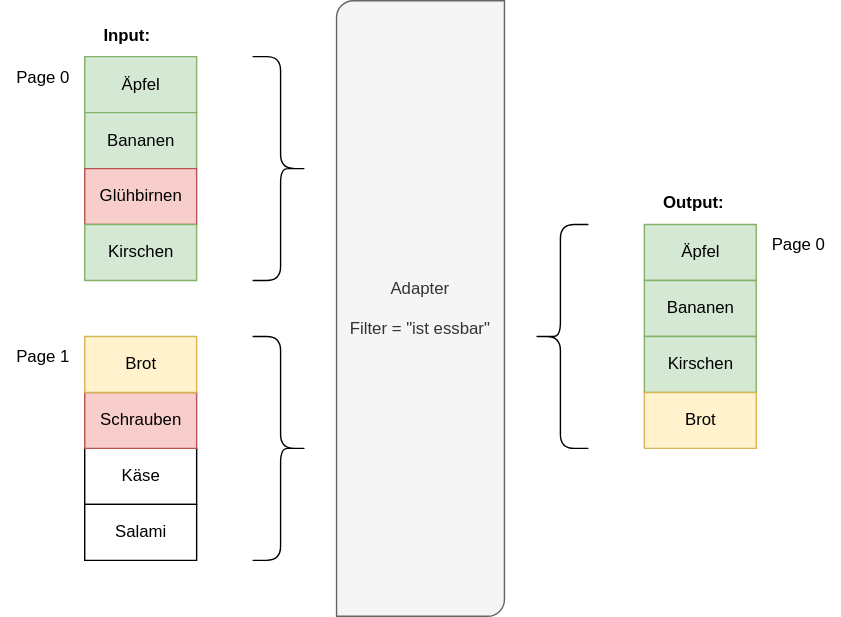
Above: images/PagingWithFilter.svg in cwahlmann/searchadapter (draw.io), before the change. Source tidied: cells renumbered, new cells last; positions are measured from the earlier drawing's top-left corner, leaving out a move shared by most shapes.
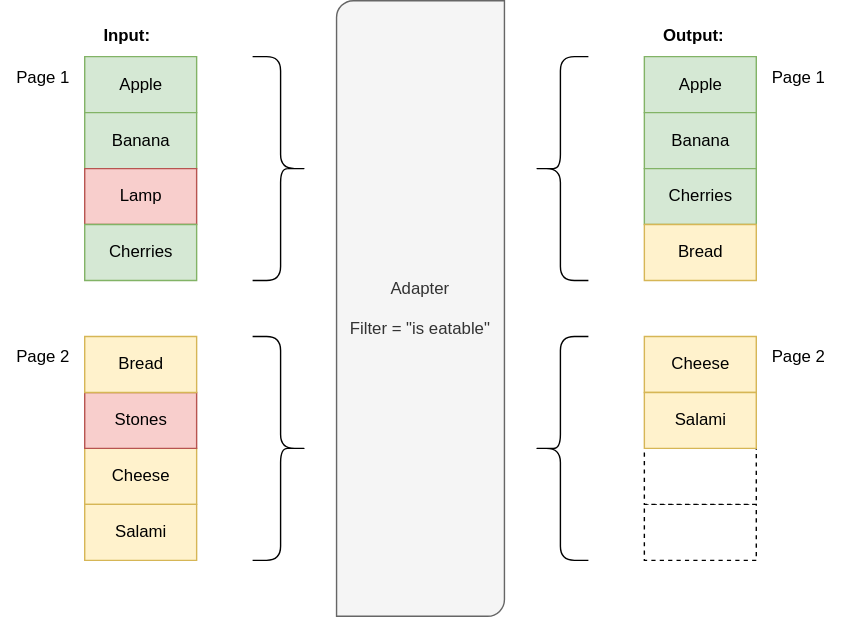
The same diagram one commit later.

Change to the diagram source:
```diff
@@ -2,52 +2,52 @@
   <root>
     <mxCell id="0" />
     <mxCell id="1" parent="0" />
-    <mxCell id="2" value="Äpfel" style="verticalLabelPosition=middle;verticalAlign=middle;html=1;shape=mxgraph.basic.rect;fillColor2=none;strokeWidth=1;size=20;indent=5;labelPosition=center;align=center;fillColor=#d5e8d4;strokeColor=#82b366;" parent="1" vertex="1">
+    <mxCell id="2" value="Apple" style="verticalLabelPosition=middle;verticalAlign=middle;html=1;shape=mxgraph.basic.rect;fillColor2=none;strokeWidth=1;size=20;indent=5;labelPosition=center;align=center;fillColor=#d5e8d4;strokeColor=#82b366;" parent="1" vertex="1">
       <mxGeometry x="60" y="40" width="80" height="40" as="geometry" />
     </mxCell>
-    <mxCell id="3" value="Bananen" style="verticalLabelPosition=middle;verticalAlign=middle;html=1;shape=mxgraph.basic.rect;fillColor2=none;strokeWidth=1;size=20;indent=5;labelPosition=center;align=center;fillColor=#d5e8d4;strokeColor=#82b366;" parent="1" vertex="1">
+    <mxCell id="3" value="Banana" style="verticalLabelPosition=middle;verticalAlign=middle;html=1;shape=mxgraph.basic.rect;fillColor2=none;strokeWidth=1;size=20;indent=5;labelPosition=center;align=center;fillColor=#d5e8d4;strokeColor=#82b366;" parent="1" vertex="1">
       <mxGeometry x="60" y="80" width="80" height="40" as="geometry" />
     </mxCell>
-    <mxCell id="4" value="Glühbirnen" style="verticalLabelPosition=middle;verticalAlign=middle;html=1;shape=mxgraph.basic.rect;fillColor2=none;strokeWidth=1;size=20;indent=5;labelPosition=center;align=center;fillColor=#f8cecc;strokeColor=#b85450;" parent="1" vertex="1">
+    <mxCell id="4" value="Lamp" style="verticalLabelPosition=middle;verticalAlign=middle;html=1;shape=mxgraph.basic.rect;fillColor2=none;strokeWidth=1;size=20;indent=5;labelPosition=center;align=center;fillColor=#f8cecc;strokeColor=#b85450;" parent="1" vertex="1">
       <mxGeometry x="60" y="120" width="80" height="40" as="geometry" />
     </mxCell>
-    <mxCell id="5" value="Kirschen" style="verticalLabelPosition=middle;verticalAlign=middle;html=1;shape=mxgraph.basic.rect;fillColor2=none;strokeWidth=1;size=20;indent=5;labelPosition=center;align=center;fillColor=#d5e8d4;strokeColor=#82b366;" parent="1" vertex="1">
+    <mxCell id="5" value="Cherries" style="verticalLabelPosition=middle;verticalAlign=middle;html=1;shape=mxgraph.basic.rect;fillColor2=none;strokeWidth=1;size=20;indent=5;labelPosition=center;align=center;fillColor=#d5e8d4;strokeColor=#82b366;" parent="1" vertex="1">
       <mxGeometry x="60" y="160" width="80" height="40" as="geometry" />
     </mxCell>
-    <mxCell id="6" value="Käse" style="verticalLabelPosition=middle;verticalAlign=middle;html=1;shape=mxgraph.basic.rect;fillColor2=none;strokeWidth=1;size=20;indent=5;labelPosition=center;align=center;" parent="1" vertex="1">
+    <mxCell id="6" value="Cheese" style="verticalLabelPosition=middle;verticalAlign=middle;html=1;shape=mxgraph.basic.rect;fillColor2=none;strokeWidth=1;size=20;indent=5;labelPosition=center;align=center;fillColor=#fff2cc;strokeColor=#d6b656;" parent="1" vertex="1">
       <mxGeometry x="60" y="320" width="80" height="40" as="geometry" />
     </mxCell>
-    <mxCell id="7" value="Äpfel" style="verticalLabelPosition=middle;verticalAlign=middle;html=1;shape=mxgraph.basic.rect;fillColor2=none;strokeWidth=1;size=20;indent=5;labelPosition=center;align=center;fillColor=#d5e8d4;strokeColor=#82b366;" parent="1" vertex="1">
-      <mxGeometry x="460" y="160" width="80" height="40" as="geometry" />
+    <mxCell id="7" value="Apple" style="verticalLabelPosition=middle;verticalAlign=middle;html=1;shape=mxgraph.basic.rect;fillColor2=none;strokeWidth=1;size=20;indent=5;labelPosition=center;align=center;fillColor=#d5e8d4;strokeColor=#82b366;" parent="1" vertex="1">
+      <mxGeometry x="460" y="40" width="80" height="40" as="geometry" />
     </mxCell>
-    <mxCell id="8" value="Bananen" style="verticalLabelPosition=middle;verticalAlign=middle;html=1;shape=mxgraph.basic.rect;fillColor2=none;strokeWidth=1;size=20;indent=5;labelPosition=center;align=center;fillColor=#d5e8d4;strokeColor=#82b366;" parent="1" vertex="1">
-      <mxGeometry x="460" y="200" width="80" height="40" as="geometry" />
+    <mxCell id="8" value="Banana" style="verticalLabelPosition=middle;verticalAlign=middle;html=1;shape=mxgraph.basic.rect;fillColor2=none;strokeWidth=1;size=20;indent=5;labelPosition=center;align=center;fillColor=#d5e8d4;strokeColor=#82b366;" parent="1" vertex="1">
+      <mxGeometry x="460" y="80" width="80" height="40" as="geometry" />
     </mxCell>
-    <mxCell id="9" value="Kirschen" style="verticalLabelPosition=middle;verticalAlign=middle;html=1;shape=mxgraph.basic.rect;fillColor2=none;strokeWidth=1;size=20;indent=5;labelPosition=center;align=center;fillColor=#d5e8d4;strokeColor=#82b366;" parent="1" vertex="1">
-      <mxGeometry x="460" y="240" width="80" height="40" as="geometry" />
+    <mxCell id="9" value="Cherries" style="verticalLabelPosition=middle;verticalAlign=middle;html=1;shape=mxgraph.basic.rect;fillColor2=none;strokeWidth=1;size=20;indent=5;labelPosition=center;align=center;fillColor=#d5e8d4;strokeColor=#82b366;" parent="1" vertex="1">
+      <mxGeometry x="460" y="120" width="80" height="40" as="geometry" />
     </mxCell>
-    <mxCell id="10" value="Brot" style="verticalLabelPosition=middle;verticalAlign=middle;html=1;shape=mxgraph.basic.rect;fillColor2=none;strokeWidth=1;size=20;indent=5;labelPosition=center;align=center;fillColor=#fff2cc;strokeColor=#d6b656;" parent="1" vertex="1">
-      <mxGeometry x="460" y="280" width="80" height="40" as="geometry" />
+    <mxCell id="10" value="Bread" style="verticalLabelPosition=middle;verticalAlign=middle;html=1;shape=mxgraph.basic.rect;fillColor2=none;strokeWidth=1;size=20;indent=5;labelPosition=center;align=center;fillColor=#fff2cc;strokeColor=#d6b656;" parent="1" vertex="1">
+      <mxGeometry x="460" y="160" width="80" height="40" as="geometry" />
     </mxCell>
-    <mxCell id="11" value="Schrauben" style="verticalLabelPosition=middle;verticalAlign=middle;html=1;shape=mxgraph.basic.rect;fillColor2=none;strokeWidth=1;size=20;indent=5;labelPosition=center;align=center;fillColor=#f8cecc;strokeColor=#b85450;" parent="1" vertex="1">
+    <mxCell id="11" value="Stones" style="verticalLabelPosition=middle;verticalAlign=middle;html=1;shape=mxgraph.basic.rect;fillColor2=none;strokeWidth=1;size=20;indent=5;labelPosition=center;align=center;fillColor=#f8cecc;strokeColor=#b85450;" parent="1" vertex="1">
       <mxGeometry x="60" y="280" width="80" height="40" as="geometry" />
     </mxCell>
-    <mxCell id="12" value="Brot" style="verticalLabelPosition=middle;verticalAlign=middle;html=1;shape=mxgraph.basic.rect;fillColor2=none;strokeWidth=1;size=20;indent=5;labelPosition=center;align=center;fillColor=#fff2cc;strokeColor=#d6b656;" parent="1" vertex="1">
+    <mxCell id="12" value="Bread" style="verticalLabelPosition=middle;verticalAlign=middle;html=1;shape=mxgraph.basic.rect;fillColor2=none;strokeWidth=1;size=20;indent=5;labelPosition=center;align=center;fillColor=#fff2cc;strokeColor=#d6b656;" parent="1" vertex="1">
       <mxGeometry x="60" y="240" width="80" height="40" as="geometry" />
     </mxCell>
-    <mxCell id="13" value="Salami" style="verticalLabelPosition=middle;verticalAlign=middle;html=1;shape=mxgraph.basic.rect;fillColor2=none;strokeWidth=1;size=20;indent=5;labelPosition=center;align=center;" parent="1" vertex="1">
+    <mxCell id="13" value="Salami" style="verticalLabelPosition=middle;verticalAlign=middle;html=1;shape=mxgraph.basic.rect;fillColor2=none;strokeWidth=1;size=20;indent=5;labelPosition=center;align=center;fillColor=#fff2cc;strokeColor=#d6b656;" parent="1" vertex="1">
       <mxGeometry x="60" y="360" width="80" height="40" as="geometry" />
     </mxCell>
-    <mxCell id="14" value="Page 0" style="text;html=1;align=center;verticalAlign=middle;strokeColor=none;fillColor=none;" parent="1" vertex="1">
+    <mxCell id="14" value="Page 1" style="text;html=1;align=center;verticalAlign=middle;strokeColor=none;fillColor=none;" parent="1" vertex="1">
       <mxGeometry y="40" width="60" height="30" as="geometry" />
     </mxCell>
-    <mxCell id="15" value="Page 1" style="text;html=1;align=center;verticalAlign=middle;strokeColor=none;fillColor=none;" parent="1" vertex="1">
+    <mxCell id="15" value="Page 2" style="text;html=1;align=center;verticalAlign=middle;strokeColor=none;fillColor=none;" parent="1" vertex="1">
       <mxGeometry y="240" width="60" height="30" as="geometry" />
     </mxCell>
-    <mxCell id="16" value="Page 0" style="text;html=1;align=center;verticalAlign=middle;strokeColor=none;fillColor=none;" parent="1" vertex="1">
-      <mxGeometry x="540" y="160" width="60" height="30" as="geometry" />
+    <mxCell id="16" value="Page 1" style="text;html=1;align=center;verticalAlign=middle;strokeColor=none;fillColor=none;" parent="1" vertex="1">
+      <mxGeometry x="540" y="40" width="60" height="30" as="geometry" />
     </mxCell>
-    <mxCell id="17" value="Adapter&lt;br&gt;&lt;br&gt;Filter = &quot;ist essbar&quot;" style="verticalLabelPosition=middle;verticalAlign=middle;html=1;shape=mxgraph.basic.diag_round_rect;dx=6;whiteSpace=wrap;labelPosition=center;align=center;fillColor=#f5f5f5;fontColor=#333333;strokeColor=#666666;" parent="1" vertex="1">
+    <mxCell id="17" value="Adapter&lt;br&gt;&lt;br&gt;Filter = &quot;is eatable&quot;" style="verticalLabelPosition=middle;verticalAlign=middle;html=1;shape=mxgraph.basic.diag_round_rect;dx=6;whiteSpace=wrap;labelPosition=center;align=center;fillColor=#f5f5f5;fontColor=#333333;strokeColor=#666666;" parent="1" vertex="1">
       <mxGeometry x="240" width="120" height="440" as="geometry" />
     </mxCell>
     <mxCell id="18" style="shape=curlyBracket;whiteSpace=wrap;html=1;rounded=1;flipH=1;labelPosition=right;verticalLabelPosition=middle;align=left;verticalAlign=middle;" parent="1" vertex="1">
@@ -57,13 +57,31 @@
       <mxGeometry x="180" y="240" width="40" height="160" as="geometry" />
     </mxCell>
     <mxCell id="20" style="shape=curlyBracket;whiteSpace=wrap;html=1;rounded=1;flipH=1;labelPosition=right;verticalLabelPosition=middle;align=left;verticalAlign=middle;rotation=-180;" parent="1" vertex="1">
-      <mxGeometry x="380" y="160" width="40" height="160" as="geometry" />
+      <mxGeometry x="380" y="40" width="40" height="160" as="geometry" />
     </mxCell>
     <mxCell id="21" value="&lt;b&gt;Input:&lt;/b&gt;" style="text;html=1;align=center;verticalAlign=middle;strokeColor=none;fillColor=none;" parent="1" vertex="1">
       <mxGeometry x="60" y="10" width="60" height="30" as="geometry" />
     </mxCell>
     <mxCell id="22" value="&lt;b&gt;Output:&lt;/b&gt;" style="text;html=1;align=center;verticalAlign=middle;strokeColor=none;fillColor=none;" parent="1" vertex="1">
-      <mxGeometry x="460" y="130" width="70" height="30" as="geometry" />
+      <mxGeometry x="460" y="10" width="70" height="30" as="geometry" />
     </mxCell>
+    <mxCell id="23" value="Page 2" style="text;html=1;align=center;verticalAlign=middle;strokeColor=none;fillColor=none;" parent="1" vertex="1">
+      <mxGeometry x="540" y="240" width="60" height="30" as="geometry" />
+    </mxCell>
+    <mxCell id="24" style="shape=curlyBracket;whiteSpace=wrap;html=1;rounded=1;flipH=1;labelPosition=right;verticalLabelPosition=middle;align=left;verticalAlign=middle;rotation=-180;" parent="1" vertex="1">
+      <mxGeometry x="380" y="240" width="40" height="160" as="geometry" />
+    </mxCell>
+    <mxCell id="25" style="verticalLabelPosition=middle;verticalAlign=middle;html=1;shape=mxgraph.basic.rect;fillColor2=none;strokeWidth=1;size=20;indent=5;labelPosition=center;align=center;dashed=1;" parent="1" vertex="1">
+      <mxGeometry x="460" y="360" width="80" height="40" as="geometry" />
+    </mxCell>
+    <mxCell id="26" style="verticalLabelPosition=middle;verticalAlign=middle;html=1;shape=mxgraph.basic.rect;fillColor2=none;strokeWidth=1;size=20;indent=5;labelPosition=center;align=center;dashed=1;" parent="1" vertex="1">
+      <mxGeometry x="460" y="320" width="80" height="40" as="geometry" />
+    </mxCell>
+    <mxCell id="27" value="Cheese" style="verticalLabelPosition=middle;verticalAlign=middle;html=1;shape=mxgraph.basic.rect;fillColor2=none;strokeWidth=1;size=20;indent=5;labelPosition=center;align=center;fillColor=#fff2cc;strokeColor=#d6b656;" parent="1" vertex="1">
+      <mxGeometry x="460" y="240" width="80" height="40" as="geometry" />
+    </mxCell>
+    <mxCell id="28" value="Salami" style="verticalLabelPosition=middle;verticalAlign=middle;html=1;shape=mxgraph.basic.rect;fillColor2=none;strokeWidth=1;size=20;indent=5;labelPosition=center;align=center;fillColor=#fff2cc;strokeColor=#d6b656;" parent="1" vertex="1">
+      <mxGeometry x="460" y="280" width="80" height="40" as="geometry" />
+    </mxCell>
   </root>
 </mxGraphModel>
```
